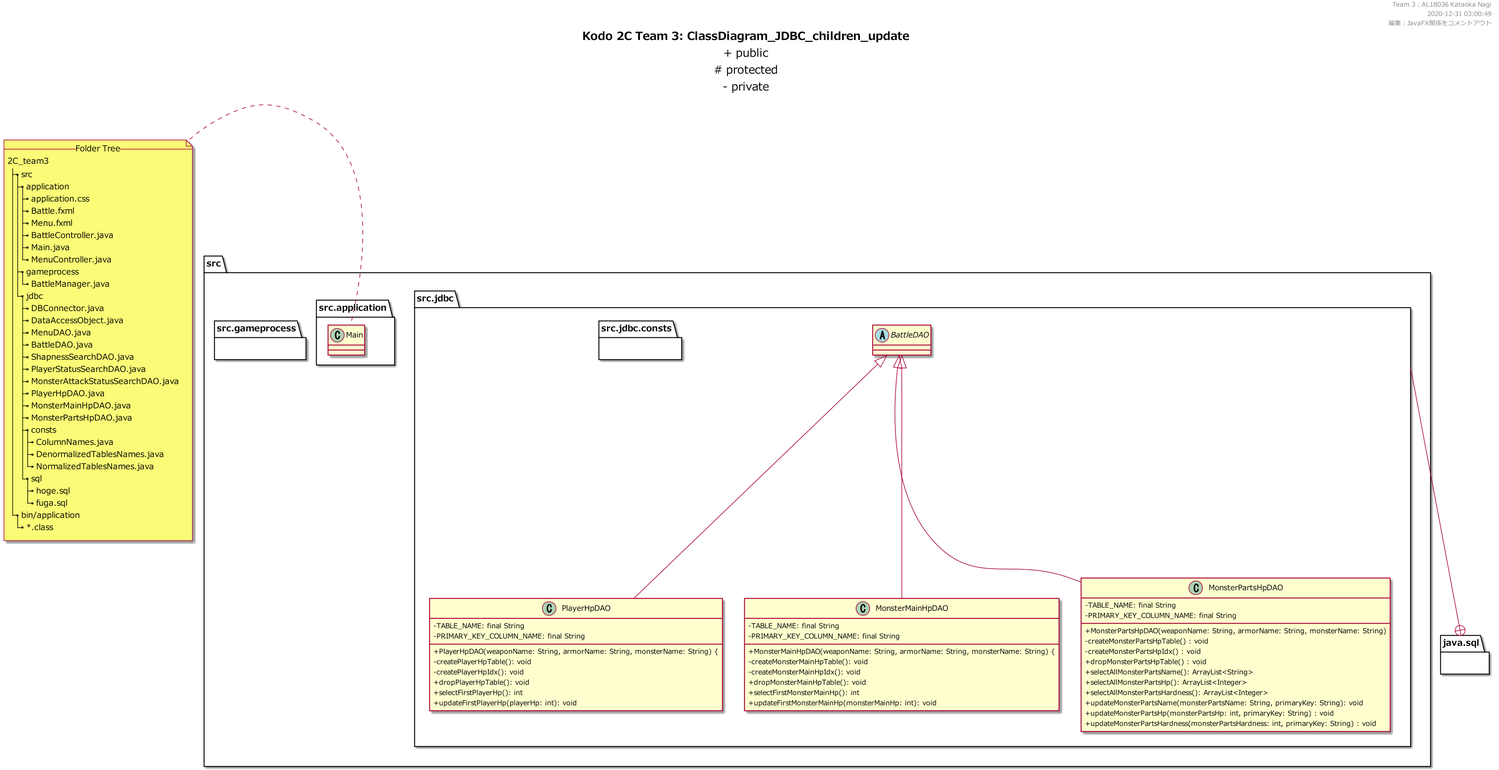
KataokaNagi/2C_team3 keeps this PlantUML diagram as uml/out/ClassDiagram_JDBC_children_update.png. Above is the earlier version.
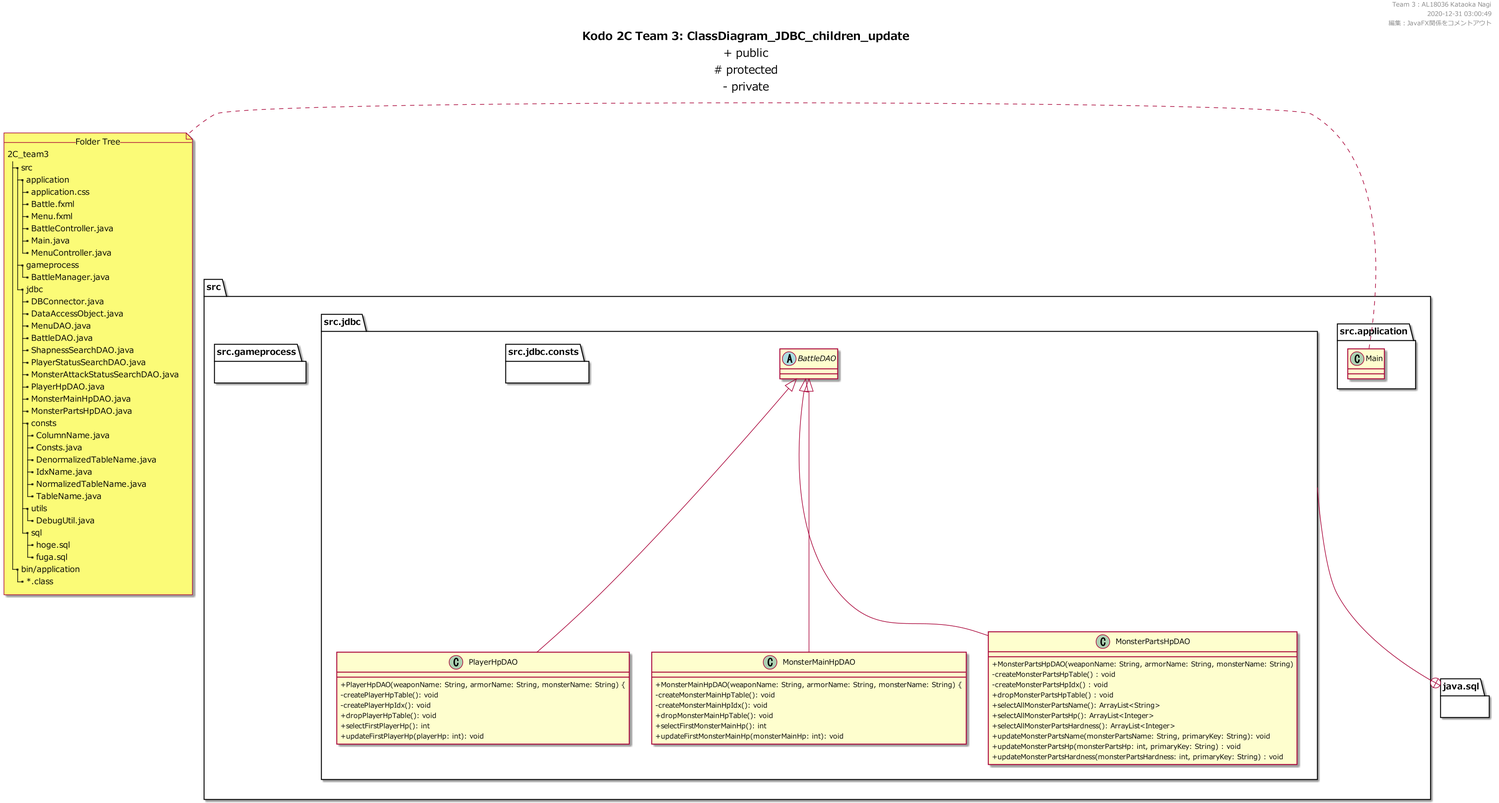
The same file after the commit.

What changed in the source:
```diff
@@ -55,9 +55,14 @@
       |_ MonsterMainHpDAO.java
       |_ MonsterPartsHpDAO.java
       |_ consts
-        |_ ColumnNames.java
-        |_ DenormalizedTablesNames.java
-        |_ NormalizedTablesNames.java
+        |_ ColumnName.java
+        |_ Consts.java
+        |_ DenormalizedTableName.java
+        |_ IdxName.java
+        |_ NormalizedTableName.java
+        |_ TableName.java
+      |_ utils
+        |_ DebugUtil.java
       |_ sql
         |_ hoge.sql
         |_ fuga.sql
@@ -96,8 +101,6 @@
   }
 
   class PlayerHpDAO extends BattleDAO {
-    - TABLE_NAME: final String
-    - PRIMARY_KEY_COLUMN_NAME: final String
 
     + PlayerHpDAO(weaponName: String, armorName: String, monsterName: String) {
     - createPlayerHpTable(): void
@@ -108,8 +111,6 @@
   }
 
   class MonsterMainHpDAO extends BattleDAO {
-    - TABLE_NAME: final String
-    - PRIMARY_KEY_COLUMN_NAME: final String
 
     + MonsterMainHpDAO(weaponName: String, armorName: String, monsterName: String) {
     - createMonsterMainHpTable(): void
@@ -120,8 +121,6 @@
   }
 
   class MonsterPartsHpDAO extends BattleDAO {
-    - TABLE_NAME: final String
-    - PRIMARY_KEY_COLUMN_NAME: final String
 
     + MonsterPartsHpDAO(weaponName: String, armorName: String, monsterName: String)
     - createMonsterPartsHpTable() : void
```
